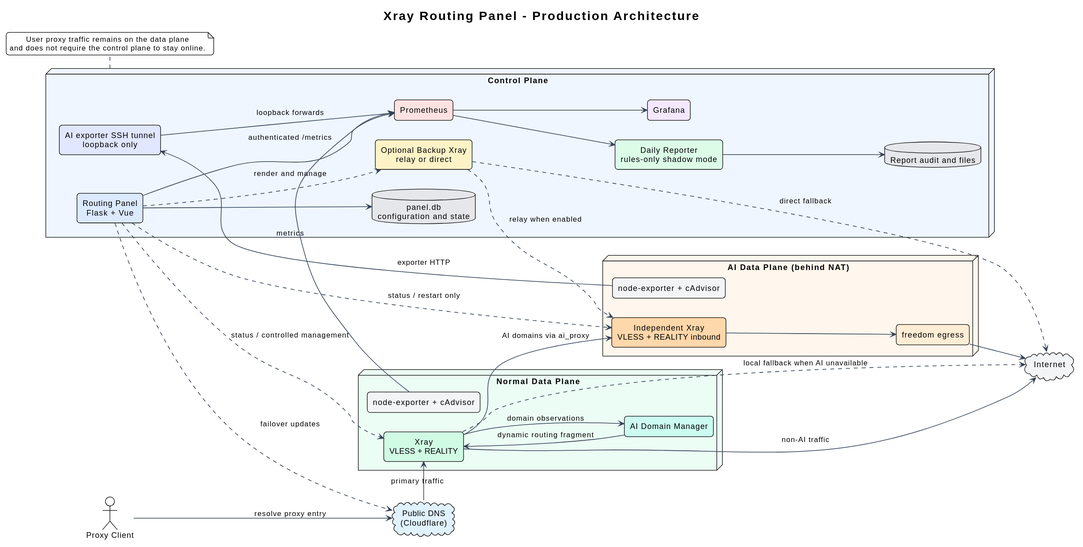
Earlier version of the PlantUML export docs/diagrams/system-architecture.svg (i-zrhe2016/ai-routing-panel).
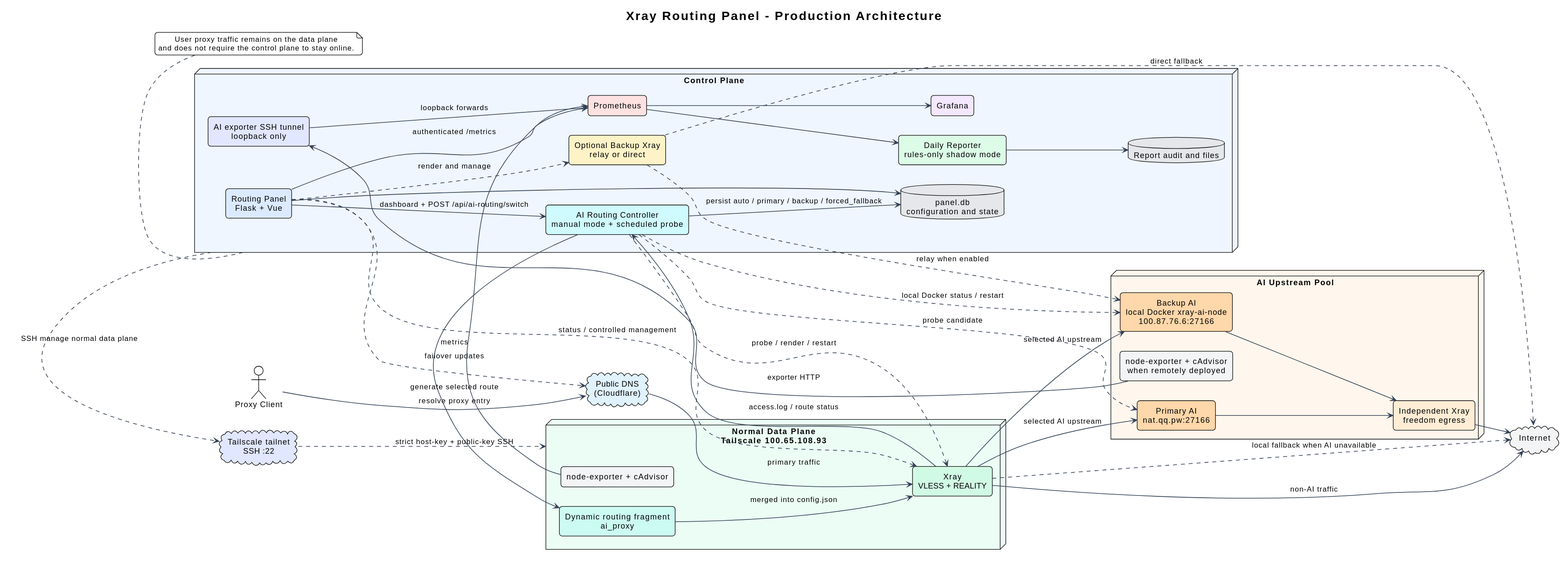
After the change.

The edit, as a diff of the source:
```diff
@@ -18,6 +18,7 @@
 node "Control Plane" as control #EFF6FF {
   component "Routing Panel\nFlask + Vue" as panel #DBEAFE
   database "panel.db\nconfiguration and state" as paneldb #E5E7EB
+  component "AI Routing Controller\nmanual mode + scheduled probe" as aiController #CFFAFE
   component "Optional Backup Xray\nrelay or direct" as backup #FEF3C7
   component "Prometheus" as prometheus #FEE2E2
   component "Grafana" as grafana #F3E8FF
@@ -26,38 +27,49 @@
   component "AI exporter SSH tunnel\nloopback only" as tunnel #E0E7FF
 }
 
-node "Normal Data Plane" as normal #ECFDF5 {
+node "Normal Data Plane\nTailscale 100.65.108.93" as normal #ECFDF5 {
   component "Xray\nVLESS + REALITY" as normalXray #D1FAE5
-  component "AI Domain Manager" as domainManager #CCFBF1
+  component "Dynamic routing fragment\nai_proxy" as dynamicRoute #CCFBF1
   component "node-exporter + cAdvisor" as normalMetrics #F3F4F6
 }
 
-node "AI Data Plane (behind NAT)" as ai #FFF7ED {
-  component "Independent Xray\nVLESS + REALITY inbound" as aiXray #FED7AA
-  component "freedom egress" as aiEgress #FFEDD5
-  component "node-exporter + cAdvisor" as aiMetrics #F3F4F6
+node "AI Upstream Pool" as aiPool #FFF7ED {
+  component "Primary AI\nnat.qq.pw:27166" as primaryAi #FED7AA
+  component "Backup AI\nlocal Docker xray-ai-node\n100.87.76.6:27166" as backupAi #FED7AA
+  component "Independent Xray\nfreedom egress" as aiEgress #FFEDD5
+  component "node-exporter + cAdvisor\nwhen remotely deployed" as aiMetrics #F3F4F6
 }
 
 cloud "Internet" as internet #F3F4F6
+cloud "Tailscale tailnet\nSSH :22" as tailnet #E0E7FF
 
 client --> dns : resolve proxy entry
 dns --> normalXray : primary traffic
 normalXray --> internet : non-AI traffic
-normalXray --> aiXray : AI domains via ai_proxy
-aiXray --> aiEgress
+normalXray --> primaryAi : selected AI upstream
+normalXray --> backupAi : selected AI upstream
+primaryAi --> aiEgress
+backupAi --> aiEgress
 aiEgress --> internet
 normalXray ..> internet : local fallback when AI unavailable
 
 panel --> paneldb
+panel --> aiController : dashboard + POST /api/ai-routing/switch
+aiController --> paneldb : persist auto / primary / backup / forced_fallback
+aiController ..> normalXray : probe / render / restart
+aiController ..> primaryAi : probe candidate
+aiController ..> backupAi : local Docker status / restart
 panel ..> normalXray : status / controlled management
-panel ..> aiXray : status / restart only
 panel ..> dns : failover updates
 panel ..> backup : render and manage
-backup ..> aiXray : relay when enabled
+backup ..> backupAi : relay when enabled
 backup ..> internet : direct fallback
 
-domainManager --> normalXray : dynamic routing fragment
-normalXray --> domainManager : domain observations
+aiController --> dynamicRoute : generate selected route
+normalXray --> aiController : access.log / route status
+dynamicRoute --> normalXray : merged into config.json
+control ..> tailnet : SSH manage normal data plane
+tailnet ..> normal : strict host-key + public-key SSH
 
 panel --> prometheus : authenticated /metrics
 normalMetrics --> prometheus : metrics
```
